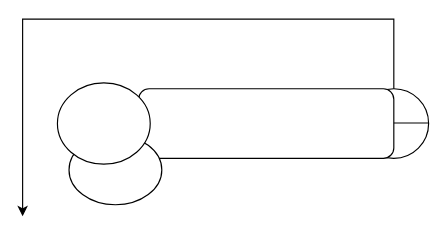
This is Unavngivet diagram.drawio from pilsner91/SEP3, a draw.io file, before an edit. Source tidied: cells renumbered, new cells numbered last; positions are measured from the earlier drawing's top-left corner, leaving out a move shared by most shapes. Both pictures are drawn from the tidied source at 116%, with x=0, y=0 at pixel (22, 19).
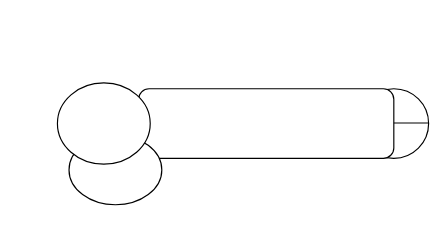
Above is the later version.

Change to the diagram source:
```diff
@@
 <mxGraphModel>
   <root>
     <mxCell id="0" />
     <mxCell id="1" parent="0" />
     <mxCell id="2" style="ellipse;whiteSpace=wrap;html=1;" parent="1" vertex="1">
       <mxGeometry x="290" y="60" width="60" height="60" as="geometry" />
     </mxCell>
     <mxCell id="3" style="rounded=1;whiteSpace=wrap;html=1;" parent="1" vertex="1">
       <mxGeometry x="100" y="60" width="220" height="60" as="geometry" />
     </mxCell>
-    <mxCell id="4" style="edgeStyle=orthogonalEdgeStyle;rounded=0;jettySize=auto;html=1;" parent="1" edge="1" source="2">
-      <mxGeometry relative="1" as="geometry">
-        <mxPoint y="170" as="targetPoint" />
-        <Array as="points">
-          <mxPoint />
-        </Array>
-      </mxGeometry>
-    </mxCell>
     <mxCell id="5" style="ellipse;whiteSpace=wrap;html=1;" parent="1" vertex="1">
       <mxGeometry x="40" y="100" width="80" height="60" as="geometry" />
     </mxCell>
     <mxCell id="6" style="ellipse;whiteSpace=wrap;html=1;" parent="1" vertex="1">
       <mxGeometry x="30" y="55" width="80" height="70" as="geometry" />
     </mxCell>
     <mxCell id="7" style="endArrow=none;html=1;rounded=0;" parent="1" edge="1">
       <mxGeometry relative="1" as="geometry">
         <mxPoint x="320" y="89.5" as="sourcePoint" />
         <mxPoint x="350" y="89.5" as="targetPoint" />
         <Array as="points">
           <mxPoint x="330" y="89.5" />
         </Array>
       </mxGeometry>
     </mxCell>
   </root>
 </mxGraphModel>
```
